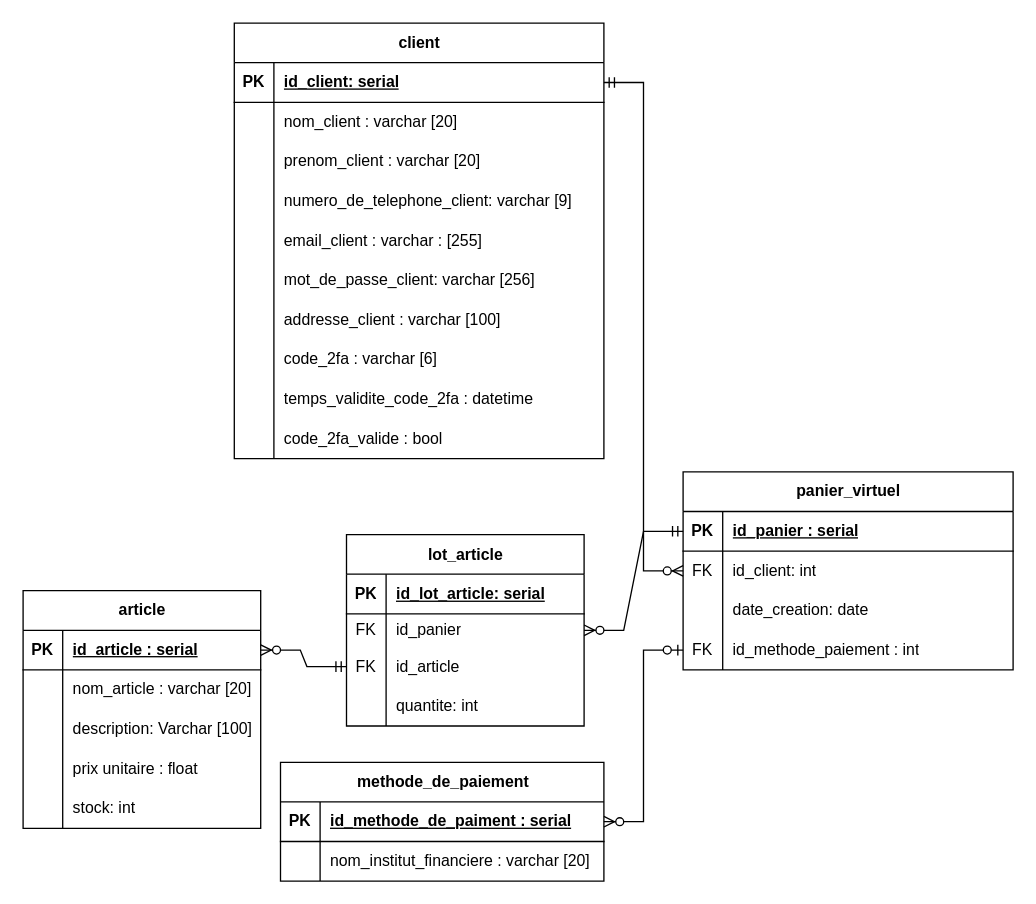
Above: modèle presque final.drawio in franck-code/tests (draw.io), before the change. Source tidied: cells renumbered, new cells numbered last; positions are measured from the earlier drawing's top-left corner, leaving out a move shared by most shapes. Both pictures are drawn from the tidied source at 132%, with x=0, y=0 at pixel (22, 22).
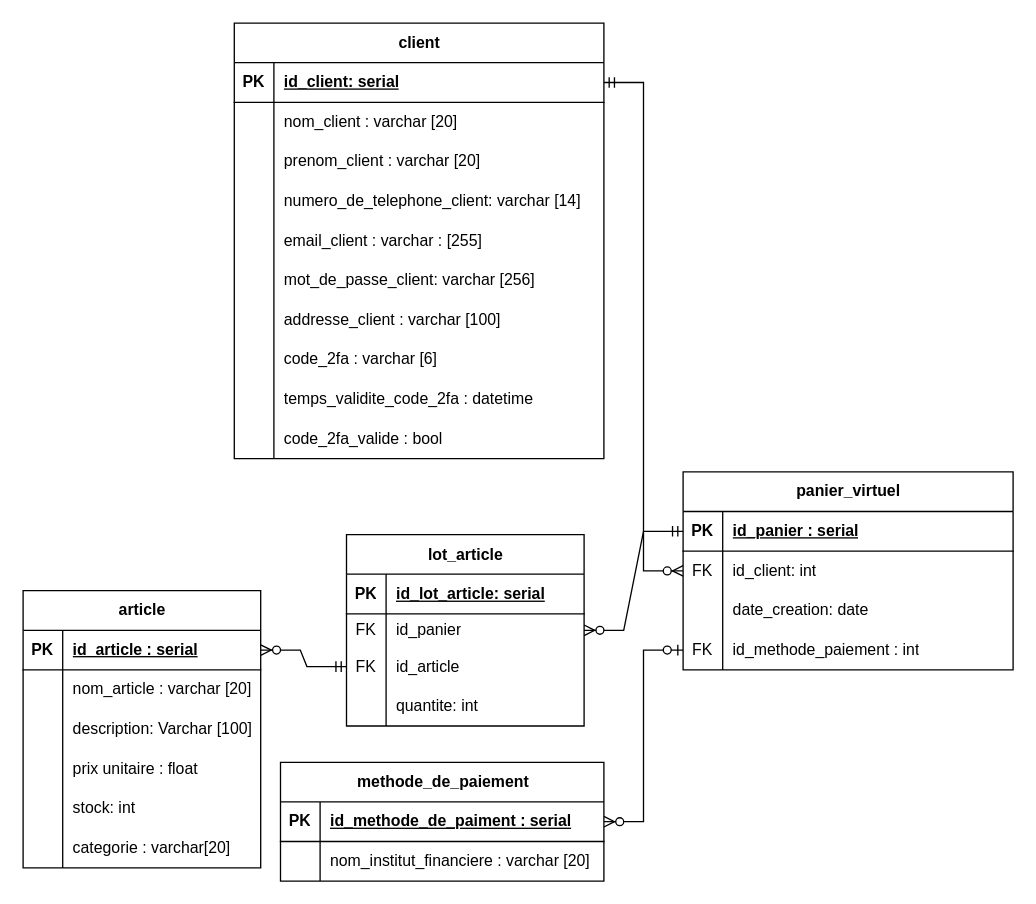
After the change.

Commit message:
Mettre à jour modèle presque final.drawio

The change refers to these unchanged cells:
```xml
<mxCell id="12" style="shape=tableRow;horizontal=0;startSize=0;swimlaneHead=0;swimlaneBody=0;fillColor=none;top=0;left=0;right=0;bottom=0;" parent="2" vertex="1">
  <mxGeometry y="120" width="280" height="30" as="geometry" />
</mxCell>
```

What changed in the source:
```diff
@@
-    <mxCell id="14" value="numero_de_telephone_client: varchar [9]" style="shape=partialRectangle;fillColor=none;top=0;left=0;bottom=0;right=0;align=left;spacingLeft=6;overflow=hidden;whiteSpace=wrap;html=1;" parent="12" vertex="1">
+    <mxCell id="14" value="numero_de_telephone_client: varchar [14]" style="shape=partialRectangle;fillColor=none;top=0;left=0;bottom=0;right=0;align=left;spacingLeft=6;overflow=hidden;whiteSpace=wrap;html=1;" parent="12" vertex="1">
       <mxGeometry x="30" width="250" height="30" as="geometry" />
     </mxCell>
@@
     <mxCell id="46" value="article" style="shape=table;startSize=30;childLayout=tableLayout;rowLines=0;fontStyle=1;align=center;html=1;" parent="1" vertex="1">
-      <mxGeometry y="430" width="180" height="180" as="geometry" />
+      <mxGeometry y="430" width="180" height="210" as="geometry" />
     </mxCell>
@@
+    <mxCell id="86" style="shape=tableRow;horizontal=0;startSize=0;swimlaneHead=0;swimlaneBody=0;fillColor=none;top=0;left=0;right=0;bottom=0;" parent="46" vertex="1">
+      <mxGeometry y="180" width="180" height="30" as="geometry" />
+    </mxCell>
+    <mxCell id="87" style="shape=partialRectangle;fillColor=none;top=0;left=0;bottom=0;right=0;overflow=hidden;whiteSpace=wrap;html=1;" parent="86" vertex="1">
+      <mxGeometry width="30" height="30" as="geometry" />
+    </mxCell>
+    <mxCell id="88" value="categorie : varchar[20]" style="shape=partialRectangle;fillColor=none;top=0;left=0;bottom=0;right=0;align=left;spacingLeft=6;overflow=hidden;whiteSpace=wrap;html=1;" parent="86" vertex="1">
+      <mxGeometry x="30" width="150" height="30" as="geometry" />
+    </mxCell>
```
